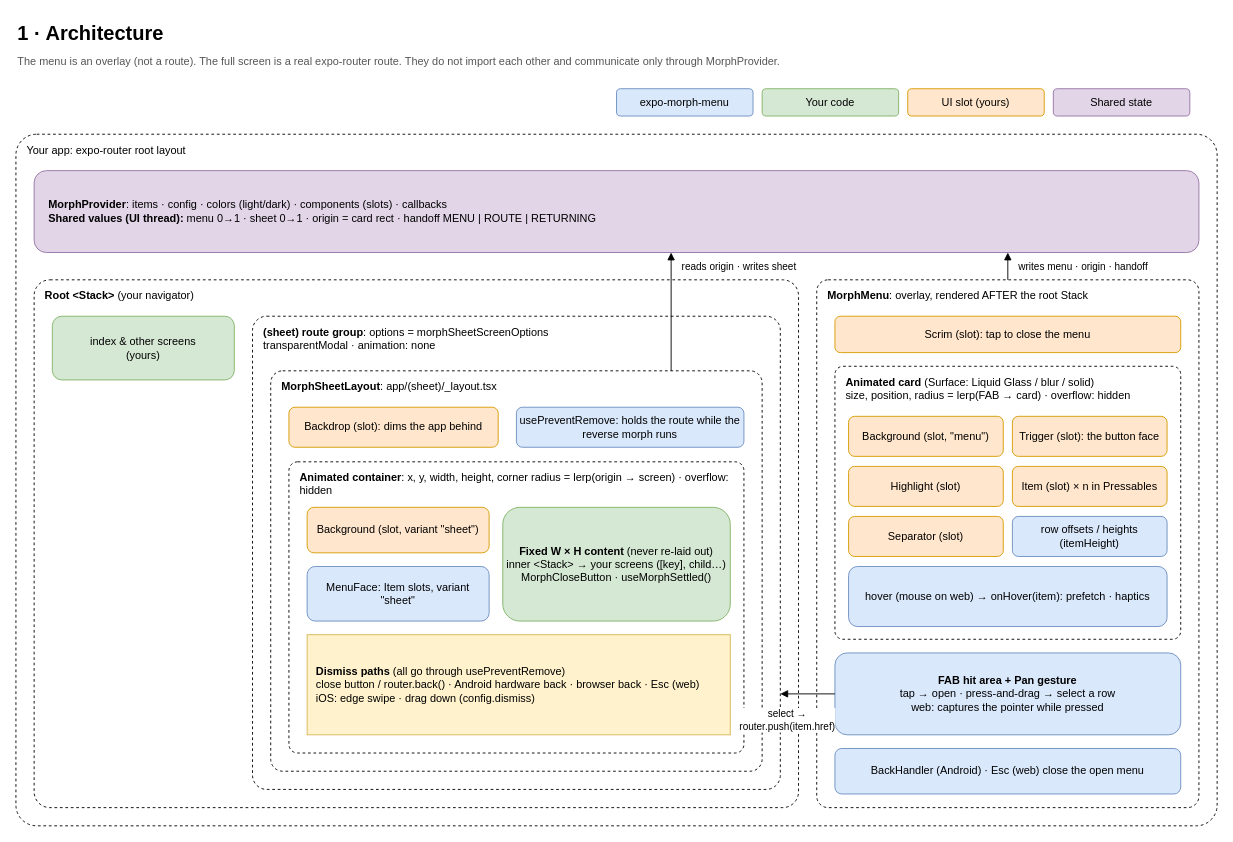
anhtuank7c/expo-morph-menu keeps this draw.io diagram as page "1 · Architecture" (1 of 7) of docs/diagrams/expo-morph-menu.en.drawio. Above is the earlier version. Source tidied: cells renumbered, new cells numbered last; positions are measured from the earlier drawing's top-left corner, leaving out a move shared by most shapes. Both pictures are drawn from the tidied source at 91%, with x=0, y=0 at pixel (15, 15).
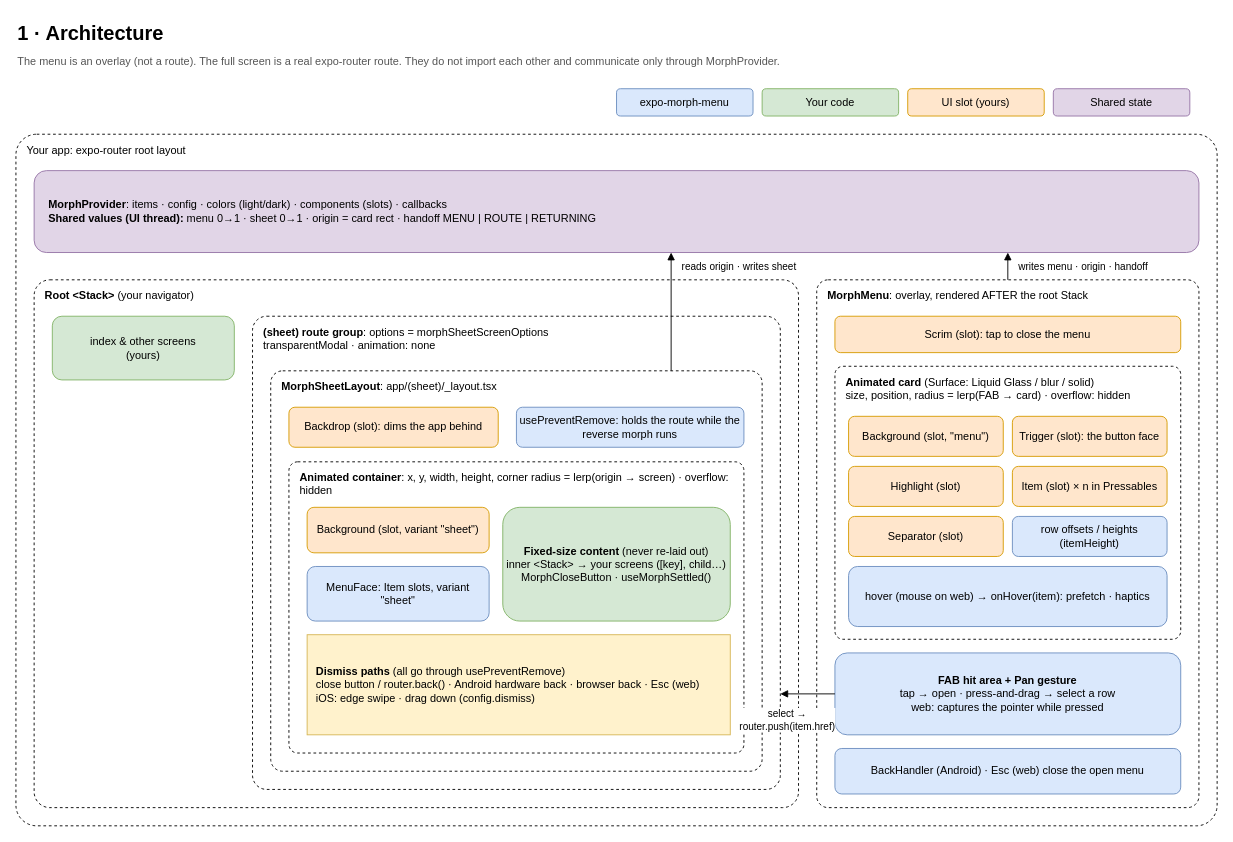
The same diagram, later.

What changed in the source:
```diff
@@
-    <mxCell id="19" value="&lt;b&gt;Fixed W × H content&lt;/b&gt; (never re-laid out)&lt;br&gt;inner &amp;lt;Stack&amp;gt; → your screens ([key], child…)&lt;br&gt;MorphCloseButton · useMorphSettled()" style="rounded=1;whiteSpace=wrap;html=1;fillColor=#d5e8d4;strokeColor=#82b366;" parent="1" vertex="1">
+    <mxCell id="19" value="&lt;b&gt;Fixed-size content&lt;/b&gt; (never re-laid out)&lt;br&gt;inner &amp;lt;Stack&amp;gt; → your screens ([key], child…)&lt;br&gt;MorphCloseButton · useMorphSettled()" style="rounded=1;whiteSpace=wrap;html=1;fillColor=#d5e8d4;strokeColor=#82b366;" parent="1" vertex="1">
       <mxGeometry x="535" y="540" width="250" height="125" as="geometry" />
     </mxCell>
```
